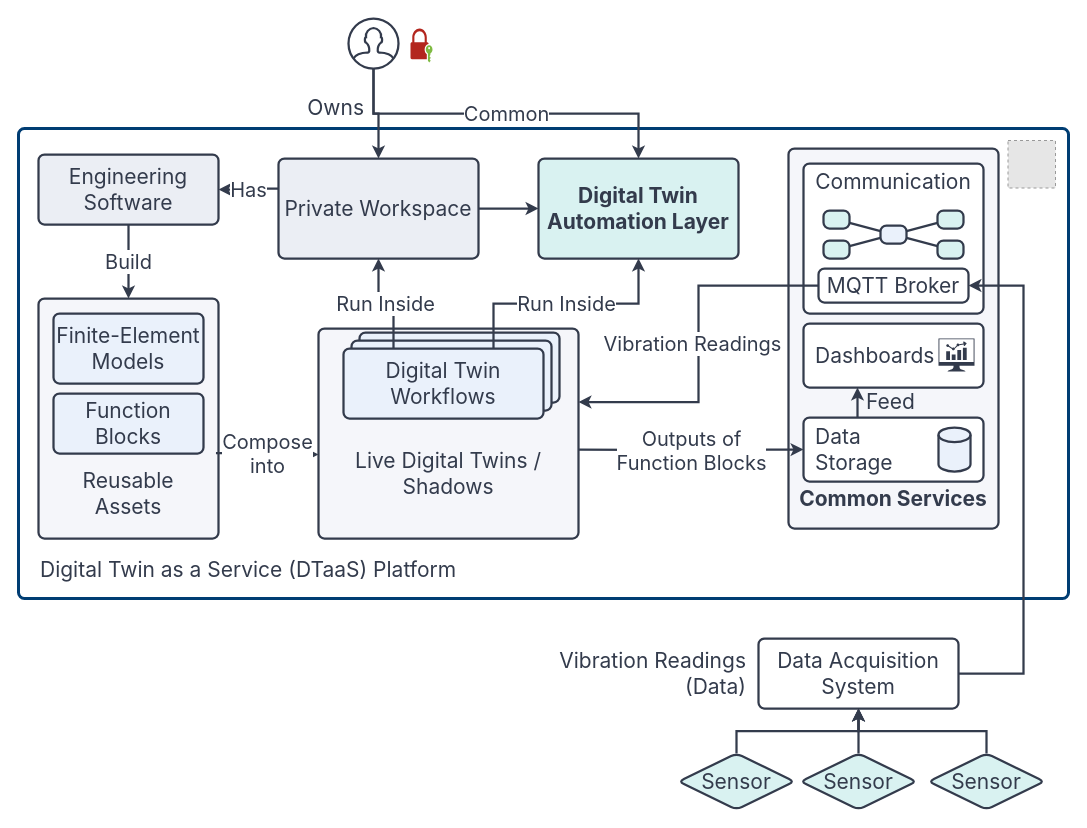
Earlier version of the draw.io diagram page "developer/system/research-overview/dtaas-userview.png" (22 of 36) of docs/assets/diagrams/dtaas-diagrams.drawio (INTO-CPS-Association/DTaaS). Source tidied: cells renumbered, new cells numbered last; positions are measured from the earlier drawing's top-left corner, leaving out a move shared by most shapes. Both pictures are drawn from the tidied source at 100%, with x=0, y=0 at pixel (18, 18). Pictures stored in the file or linked from it are replaced by grey dashed boxes.
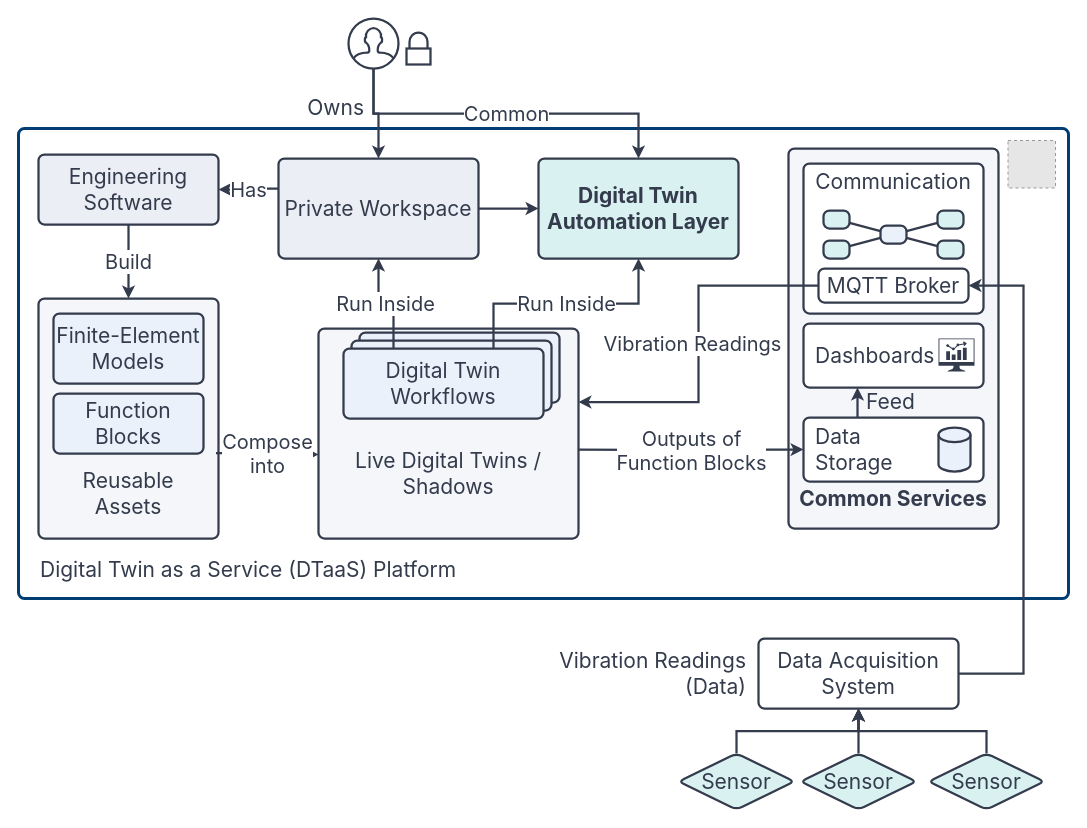
Above is the later version.

Change to the diagram source:
```diff
@@
-    <mxCell id="3" style="html=1;shape=mxgraph.office.security.lock_with_key_security_green;fillColor=#b3261e;strokeColor=none;strokeWidth=2.25;" parent="1" vertex="1">
-      <mxGeometry x="392" y="10" width="22" height="34" as="geometry" />
+    <mxCell id="3" style="html=1;shape=mxgraph.ios7.icons.locked;verticalLabelPosition=bottom;verticalAlign=top;align=center;dashed=0;shadow=0;fillColor=none;strokeColor=#333b4c;strokeWidth=2.25;" parent="1" vertex="1">
+      <mxGeometry x="388" y="14" width="24" height="32" as="geometry" />
     </mxCell>
```
